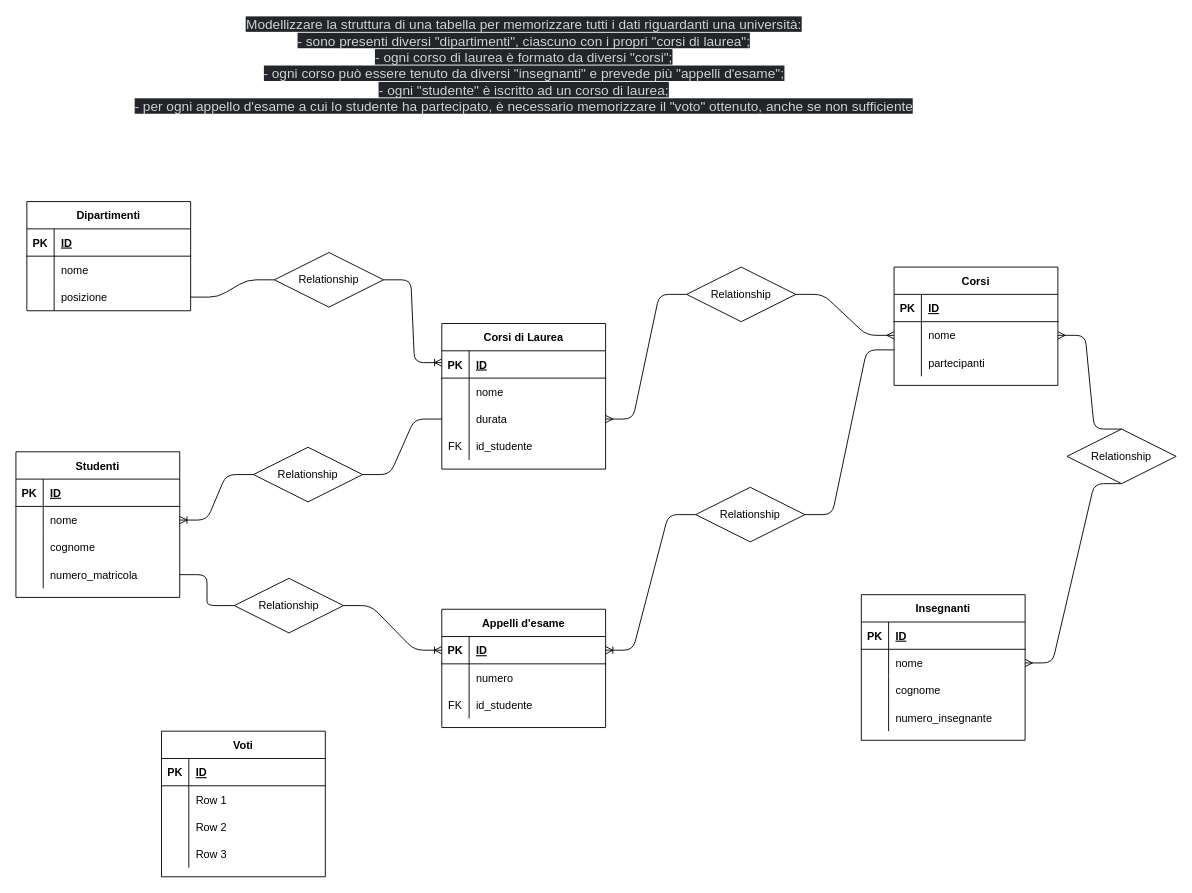
Before: db-university.drawio in pollohultima/db-university, a draw.io diagram. Source tidied: cells renumbered, new cells numbered last; positions are measured from the earlier drawing's top-left corner, leaving out a move shared by most shapes. Both pictures are drawn from the tidied source at 91%, with x=0, y=0 at pixel (15, 19).
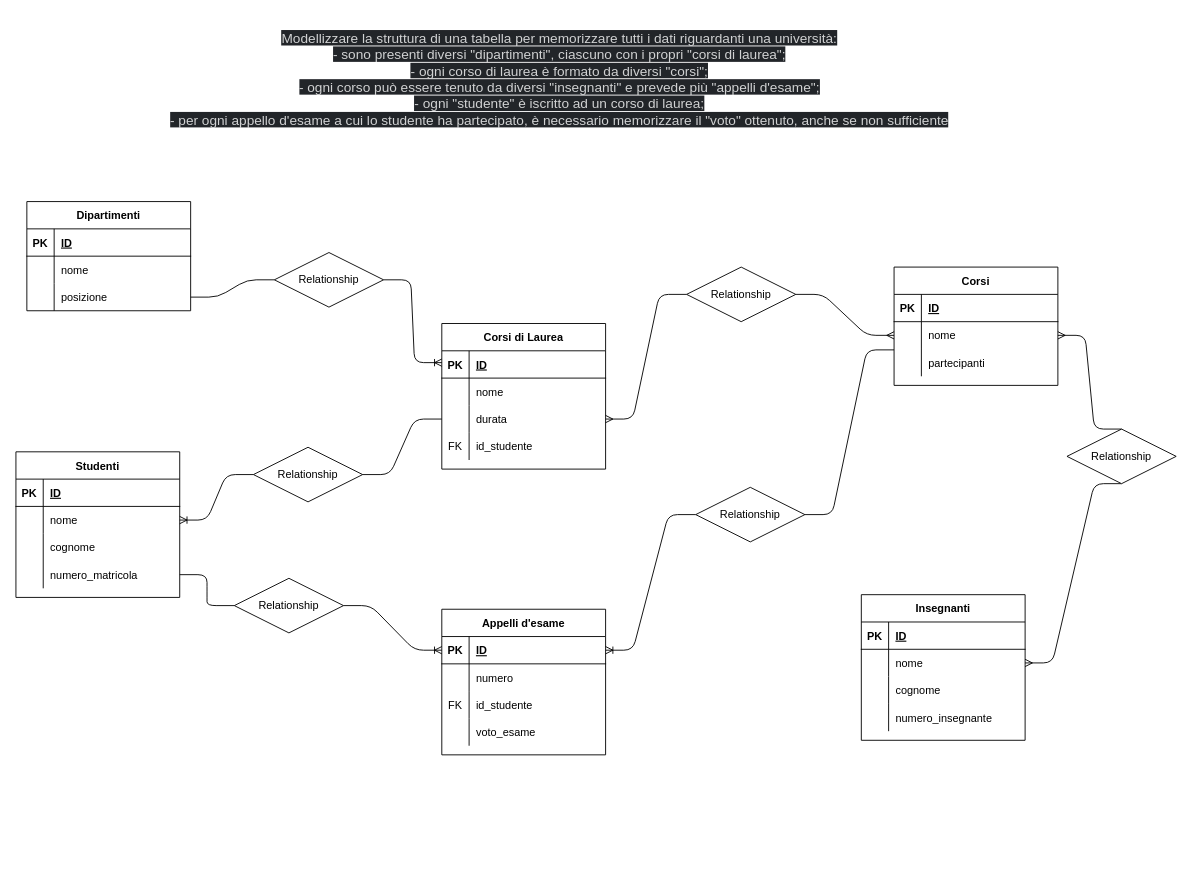
Above is the later version.

Change to the diagram source:
```diff
@@
     <mxCell id="2" value="&lt;span style=&quot;color: rgb(209 , 210 , 211) ; font-family: , &amp;#34;applelogo&amp;#34; , sans-serif ; font-size: 15px ; text-align: left ; background-color: rgb(34 , 37 , 41)&quot;&gt;Modellizzare la struttura di una tabella per memorizzare tutti i dati riguardanti una università:&lt;/span&gt;&lt;br style=&quot;box-sizing: inherit ; color: rgb(209 , 210 , 211) ; font-family: , &amp;#34;applelogo&amp;#34; , sans-serif ; font-size: 15px ; text-align: left ; background-color: rgb(34 , 37 , 41)&quot;&gt;&lt;span style=&quot;color: rgb(209 , 210 , 211) ; font-family: , &amp;#34;applelogo&amp;#34; , sans-serif ; font-size: 15px ; text-align: left ; background-color: rgb(34 , 37 , 41)&quot;&gt;- sono presenti diversi &quot;dipartimenti&quot;, ciascuno con i propri &quot;corsi di laurea&quot;;&lt;/span&gt;&lt;br style=&quot;box-sizing: inherit ; color: rgb(209 , 210 , 211) ; font-family: , &amp;#34;applelogo&amp;#34; , sans-serif ; font-size: 15px ; text-align: left ; background-color: rgb(34 , 37 , 41)&quot;&gt;&lt;span style=&quot;color: rgb(209 , 210 , 211) ; font-family: , &amp;#34;applelogo&amp;#34; , sans-serif ; font-size: 15px ; text-align: left ; background-color: rgb(34 , 37 , 41)&quot;&gt;- ogni corso di laurea è formato da diversi &quot;corsi&quot;;&lt;/span&gt;&lt;br style=&quot;box-sizing: inherit ; color: rgb(209 , 210 , 211) ; font-family: , &amp;#34;applelogo&amp;#34; , sans-serif ; font-size: 15px ; text-align: left ; background-color: rgb(34 , 37 , 41)&quot;&gt;&lt;span style=&quot;color: rgb(209 , 210 , 211) ; font-family: , &amp;#34;applelogo&amp;#34; , sans-serif ; font-size: 15px ; text-align: left ; background-color: rgb(34 , 37 , 41)&quot;&gt;- ogni corso può essere tenuto da diversi &quot;insegnanti&quot; e prevede più &quot;appelli d'esame&quot;;&lt;/span&gt;&lt;br style=&quot;box-sizing: inherit ; color: rgb(209 , 210 , 211) ; font-family: , &amp;#34;applelogo&amp;#34; , sans-serif ; font-size: 15px ; text-align: left ; background-color: rgb(34 , 37 , 41)&quot;&gt;&lt;span style=&quot;color: rgb(209 , 210 , 211) ; font-family: , &amp;#34;applelogo&amp;#34; , sans-serif ; font-size: 15px ; text-align: left ; background-color: rgb(34 , 37 , 41)&quot;&gt;- ogni &quot;studente&quot; è iscritto ad un corso di laurea;&lt;/span&gt;&lt;br style=&quot;box-sizing: inherit ; color: rgb(209 , 210 , 211) ; font-family: , &amp;#34;applelogo&amp;#34; , sans-serif ; font-size: 15px ; text-align: left ; background-color: rgb(34 , 37 , 41)&quot;&gt;&lt;span style=&quot;color: rgb(209 , 210 , 211) ; font-family: , &amp;#34;applelogo&amp;#34; , sans-serif ; font-size: 15px ; text-align: left ; background-color: rgb(34 , 37 , 41)&quot;&gt;- per ogni appello d'esame a cui lo studente ha partecipato, è necessario memorizzare il &quot;voto&quot; ottenuto, anche se non sufficiente&lt;/span&gt;" style="text;html=1;align=center;verticalAlign=middle;strokeColor=none;" parent="1" vertex="1">
-      <mxGeometry x="123" width="870" height="100" as="geometry" />
+      <mxGeometry x="162" y="15" width="870" height="100" as="geometry" />
     </mxCell>
@@
     <mxCell id="49" value="Appelli d'esame" style="shape=table;startSize=30;childLayout=tableLayout;rowLines=0;fontStyle=1;align=center;" parent="1" vertex="1">
-      <mxGeometry x="468" y="648" width="180" height="130" as="geometry" />
+      <mxGeometry x="468" y="648" width="180" height="160" as="geometry" />
     </mxCell>
@@
+    <mxCell id="82" style="shape=partialRectangle;fillColor=none;top=0;left=0;bottom=0;right=0;" parent="49" vertex="1">
+      <mxGeometry y="120" width="180" height="30" as="geometry" />
+    </mxCell>
+    <mxCell id="103" style="shape=partialRectangle;fillColor=none;top=0;left=0;bottom=0;right=0;overflow=hidden;" parent="82" vertex="1">
+      <mxGeometry width="30" height="30" as="geometry" />
+    </mxCell>
+    <mxCell id="104" value="voto_esame" style="shape=partialRectangle;fillColor=none;top=0;left=0;bottom=0;right=0;align=left;spacingLeft=6;overflow=hidden;" parent="82" vertex="1">
+      <mxGeometry x="30" width="150" height="30" as="geometry" />
+    </mxCell>
@@
-    <mxCell id="72" value="Voti" style="shape=table;startSize=30;childLayout=tableLayout;rowLines=0;fontStyle=1;align=center;" parent="1" vertex="1">
-      <mxGeometry x="160" y="782" width="180" height="160" as="geometry" />
-    </mxCell>
-    <mxCell id="73" style="shape=partialRectangle;fillColor=none;top=0;left=0;bottom=1;right=0;" parent="72" vertex="1">
-      <mxGeometry y="30" width="180" height="30" as="geometry" />
-    </mxCell>
-    <mxCell id="74" value="PK" style="shape=partialRectangle;fillColor=none;top=0;left=0;bottom=0;right=0;fontStyle=1;overflow=hidden;" parent="73" vertex="1">
-      <mxGeometry width="30" height="30" as="geometry" />
-    </mxCell>
-    <mxCell id="75" value="ID" style="shape=partialRectangle;fillColor=none;top=0;left=0;bottom=0;right=0;align=left;spacingLeft=6;fontStyle=5;overflow=hidden;" parent="73" vertex="1">
-      <mxGeometry x="30" width="150" height="30" as="geometry" />
-    </mxCell>
-    <mxCell id="76" style="shape=partialRectangle;fillColor=none;top=0;left=0;bottom=0;right=0;" parent="72" vertex="1">
-      <mxGeometry y="60" width="180" height="30" as="geometry" />
-    </mxCell>
-    <mxCell id="77" style="shape=partialRectangle;fillColor=none;top=0;left=0;bottom=0;right=0;overflow=hidden;" parent="76" vertex="1">
-      <mxGeometry width="30" height="30" as="geometry" />
-    </mxCell>
-    <mxCell id="78" value="Row 1" style="shape=partialRectangle;fillColor=none;top=0;left=0;bottom=0;right=0;align=left;spacingLeft=6;overflow=hidden;" parent="76" vertex="1">
-      <mxGeometry x="30" width="150" height="30" as="geometry" />
-    </mxCell>
-    <mxCell id="79" style="shape=partialRectangle;fillColor=none;top=0;left=0;bottom=0;right=0;" parent="72" vertex="1">
-      <mxGeometry y="90" width="180" height="30" as="geometry" />
-    </mxCell>
-    <mxCell id="80" style="shape=partialRectangle;fillColor=none;top=0;left=0;bottom=0;right=0;overflow=hidden;" parent="79" vertex="1">
-      <mxGeometry width="30" height="30" as="geometry" />
-    </mxCell>
-    <mxCell id="81" value="Row 2" style="shape=partialRectangle;fillColor=none;top=0;left=0;bottom=0;right=0;align=left;spacingLeft=6;overflow=hidden;" parent="79" vertex="1">
-      <mxGeometry x="30" width="150" height="30" as="geometry" />
-    </mxCell>
-    <mxCell id="82" style="shape=partialRectangle;fillColor=none;top=0;left=0;bottom=0;right=0;" parent="72" vertex="1">
-      <mxGeometry y="120" width="180" height="30" as="geometry" />
-    </mxCell>
-    <mxCell id="83" style="shape=partialRectangle;fillColor=none;top=0;left=0;bottom=0;right=0;overflow=hidden;" parent="82" vertex="1">
-      <mxGeometry width="30" height="30" as="geometry" />
-    </mxCell>
-    <mxCell id="84" value="Row 3" style="shape=partialRectangle;fillColor=none;top=0;left=0;bottom=0;right=0;align=left;spacingLeft=6;overflow=hidden;" parent="82" vertex="1">
-      <mxGeometry x="30" width="150" height="30" as="geometry" />
-    </mxCell>
```
